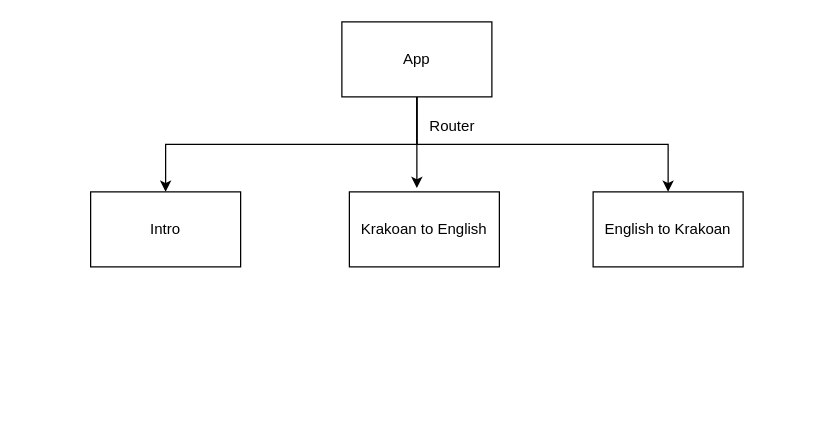
This is page "Data Flow" (6 of 6) of mockup-flowchart/mock-up-krakoan-translator.drawio from CaseyPitman/krakoan-translator, a draw.io file, before an edit. Source tidied: cells renumbered, new cells numbered last; positions are measured from the earlier drawing's top-left corner, leaving out a move shared by most shapes. Both pictures are drawn from the tidied source at 125%, with x=0, y=0 at pixel (90, 21).
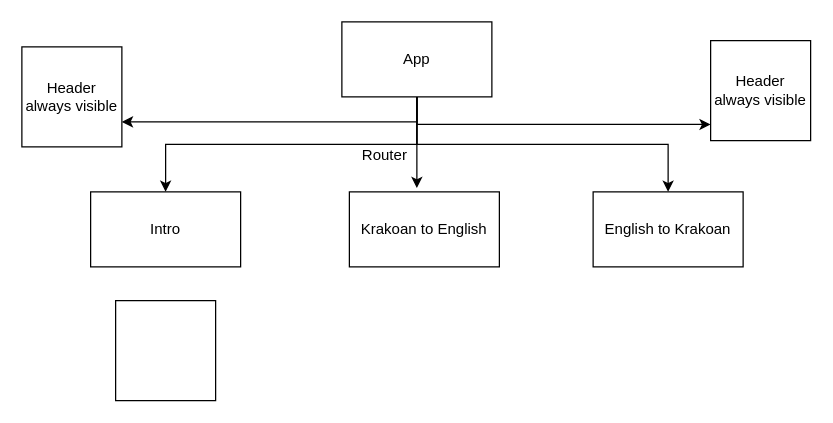
After the change.

Commit message (it also covers changes not shown here):
Update mock-up-krakoan-translator.drawio added header and footer to data flow

What changed in the source:
```diff
@@
 <mxGraphModel>
   <root>
     <mxCell id="0" />
     <mxCell id="1" parent="0" />
     <mxCell id="2" style="edgeStyle=orthogonalEdgeStyle;rounded=0;jettySize=auto;html=1;entryX=0.45;entryY=-0.05;entryDx=0;entryDy=0;entryPerimeter=0;" parent="1" edge="1" source="5" target="7">
       <mxGeometry relative="1" as="geometry" />
     </mxCell>
     <mxCell id="3" style="edgeStyle=orthogonalEdgeStyle;rounded=0;jettySize=auto;html=1;exitX=0.5;exitY=1;exitDx=0;exitDy=0;entryX=0.5;entryY=0;entryDx=0;entryDy=0;" parent="1" edge="1" source="5" target="6">
       <mxGeometry relative="1" as="geometry" />
     </mxCell>
     <mxCell id="4" style="edgeStyle=orthogonalEdgeStyle;rounded=0;jettySize=auto;html=1;exitX=0.5;exitY=1;exitDx=0;exitDy=0;entryX=0.5;entryY=0;entryDx=0;entryDy=0;" parent="1" edge="1" source="5" target="8">
       <mxGeometry relative="1" as="geometry" />
     </mxCell>
+    <mxCell id="10" style="edgeStyle=orthogonalEdgeStyle;rounded=0;jettySize=auto;html=1;exitX=0.5;exitY=1;exitDx=0;exitDy=0;entryX=1;entryY=0.75;entryDx=0;entryDy=0;" parent="1" edge="1" source="5" target="12">
+      <mxGeometry relative="1" as="geometry" />
+    </mxCell>
+    <mxCell id="11" style="edgeStyle=orthogonalEdgeStyle;rounded=0;jettySize=auto;html=1;exitX=0.5;exitY=1;exitDx=0;exitDy=0;entryX=0;entryY=0.838;entryDx=0;entryDy=0;entryPerimeter=0;" parent="1" edge="1" source="5" target="14">
+      <mxGeometry relative="1" as="geometry" />
+    </mxCell>
     <mxCell id="5" value="App" style="rounded=0;whiteSpace=wrap;html=1;" parent="1" vertex="1">
       <mxGeometry x="201" width="120" height="60" as="geometry" />
     </mxCell>
     <mxCell id="6" value="Intro" style="rounded=0;whiteSpace=wrap;html=1;" parent="1" vertex="1">
       <mxGeometry y="136" width="120" height="60" as="geometry" />
     </mxCell>
     <mxCell id="7" value="Krakoan to English" style="rounded=0;whiteSpace=wrap;html=1;" parent="1" vertex="1">
       <mxGeometry x="207" y="136" width="120" height="60" as="geometry" />
     </mxCell>
     <mxCell id="8" value="English to Krakoan" style="rounded=0;whiteSpace=wrap;html=1;" parent="1" vertex="1">
       <mxGeometry x="402" y="136" width="120" height="60" as="geometry" />
     </mxCell>
     <mxCell id="9" value="Router" style="text;html=1;align=center;verticalAlign=middle;" parent="1" vertex="1">
-      <mxGeometry x="266" y="75" width="46" height="18" as="geometry" />
+      <mxGeometry x="212" y="98" width="46" height="18" as="geometry" />
     </mxCell>
+    <mxCell id="12" value="Header&lt;br&gt;always visible" style="whiteSpace=wrap;html=1;" parent="1" vertex="1">
+      <mxGeometry x="-55" y="20" width="80" height="80" as="geometry" />
+    </mxCell>
+    <mxCell id="13" style="whiteSpace=wrap;html=1;" parent="1" vertex="1">
+      <mxGeometry x="20" y="223" width="80" height="80" as="geometry" />
+    </mxCell>
+    <mxCell id="14" value="Header&lt;br&gt;always visible" style="whiteSpace=wrap;html=1;" parent="1" vertex="1">
+      <mxGeometry x="496" y="15" width="80" height="80" as="geometry" />
+    </mxCell>
   </root>
 </mxGraphModel>
```
